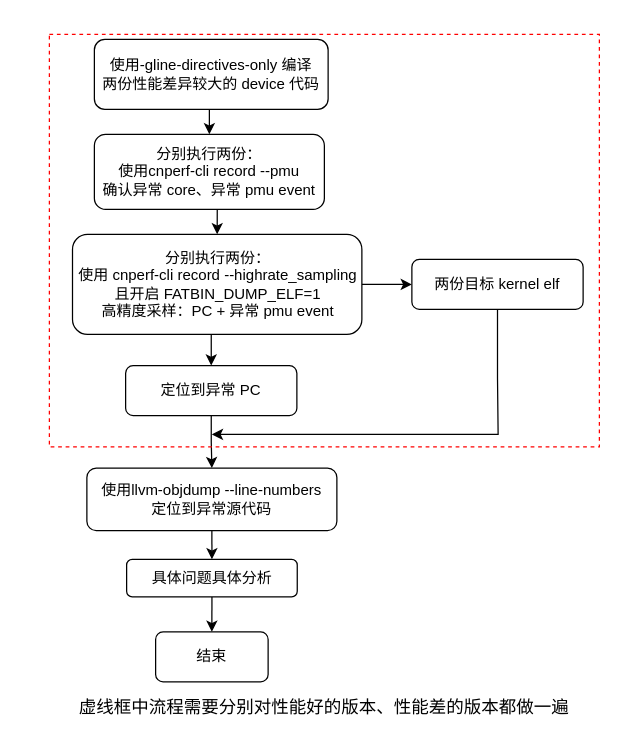
This is 性能异常分析.drawio from liyp1120/draw.io, a draw.io file, before an edit. Source tidied: cells renumbered, new cells numbered last; positions are measured from the earlier drawing's top-left corner, leaving out a move shared by most shapes. Both pictures are drawn from the tidied source at 125%, with x=0, y=0 at pixel (35, 34).
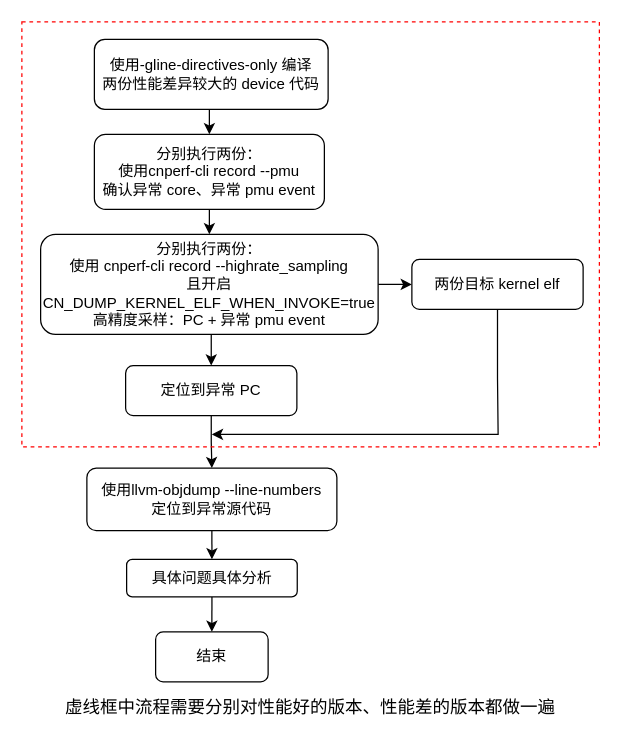
Above is the later version.

Commit message:
更新性能异常分析.drawio

The edit, as a diff of the source:
```diff
@@
-    <mxCell id="11" value="分别执行两份：&lt;br&gt;使用 cnperf-cli record --highrate_sampling&lt;br style=&quot;border-color: var(--border-color);&quot;&gt;且开启 FATBIN_DUMP_ELF=1&lt;br&gt;高精度采样：PC + 异常 pmu event" style="rounded=1;whiteSpace=wrap;html=1;fontSize=12;glass=0;strokeWidth=1;shadow=0;spacing=2;" parent="1" vertex="1">
-      <mxGeometry x="29.5" y="160" width="231.5" height="80" as="geometry" />
+    <mxCell id="11" value="分别执行两份：&lt;br&gt;使用 cnperf-cli record --highrate_sampling&lt;br style=&quot;border-color: var(--border-color);&quot;&gt;且开启 CN_DUMP_KERNEL_ELF_WHEN_INVOKE=true&lt;br&gt;高精度采样：PC + 异常 pmu event" style="rounded=1;whiteSpace=wrap;html=1;fontSize=12;glass=0;strokeWidth=1;shadow=0;spacing=2;" parent="1" vertex="1">
+      <mxGeometry x="4" y="160" width="270" height="80" as="geometry" />
     </mxCell>
@@
     <mxCell id="16" style="rounded=0;whiteSpace=wrap;html=1;fillColor=none;dashed=1;strokeColor=#FF0000;" parent="1" vertex="1">
-      <mxGeometry x="11" width="440" height="330" as="geometry" />
+      <mxGeometry x="-11" y="-10" width="462" height="340" as="geometry" />
     </mxCell>
@@
     <mxCell id="19" value="&lt;font color=&quot;#000000&quot;&gt;虚线框中流程需要分别对性能好的版本、性能差的版本都做一遍&lt;/font&gt;" style="text;strokeColor=none;align=center;fillColor=none;html=1;verticalAlign=middle;whiteSpace=wrap;rounded=0;fontSize=14;fontColor=#FF0000;" parent="1" vertex="1">
-      <mxGeometry y="518" width="462" height="40" as="geometry" />
+      <mxGeometry x="-11" y="518" width="462" height="40" as="geometry" />
     </mxCell>
```
